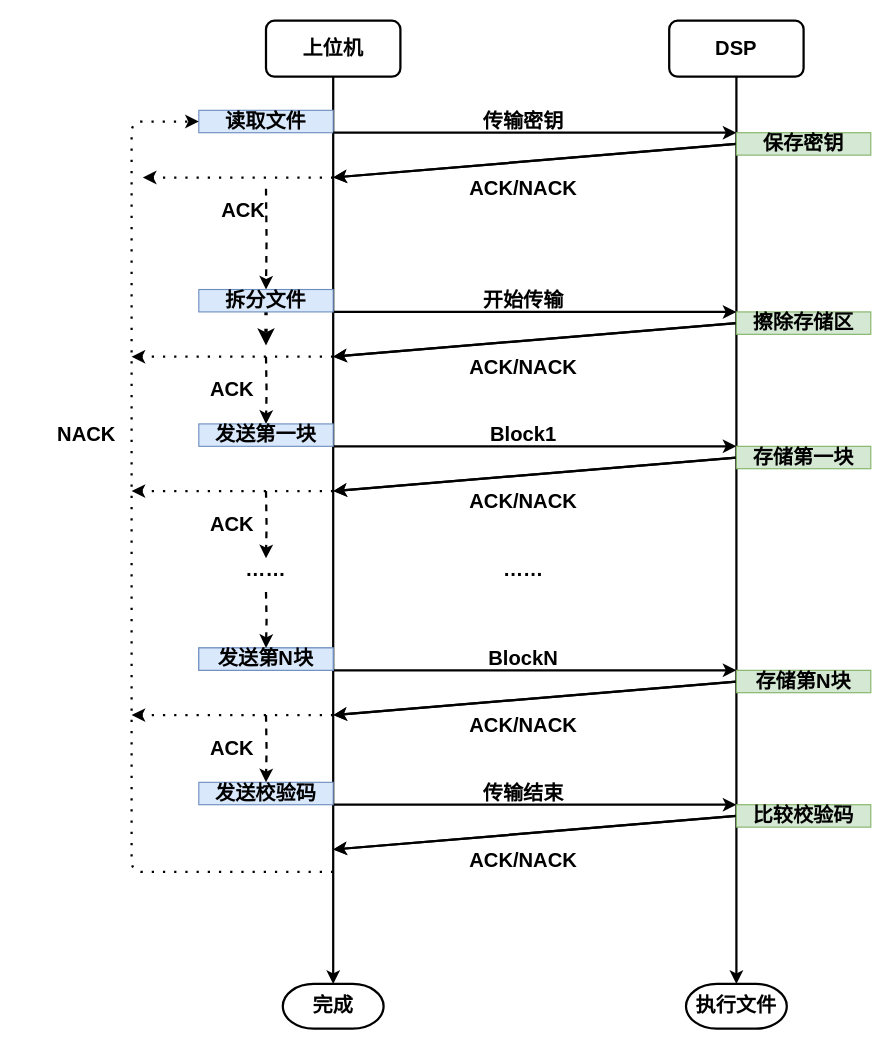
Before: page "Updata_1" (3 of 6) of DSP_UART.drawio in yintianlan/Picture_Draw, a draw.io diagram. Source tidied: cells renumbered, new cells numbered last; positions are measured from the earlier drawing's top-left corner, leaving out a move shared by most shapes. Both pictures are drawn from the tidied source at 112%, with x=0, y=0 at pixel (19, 20).
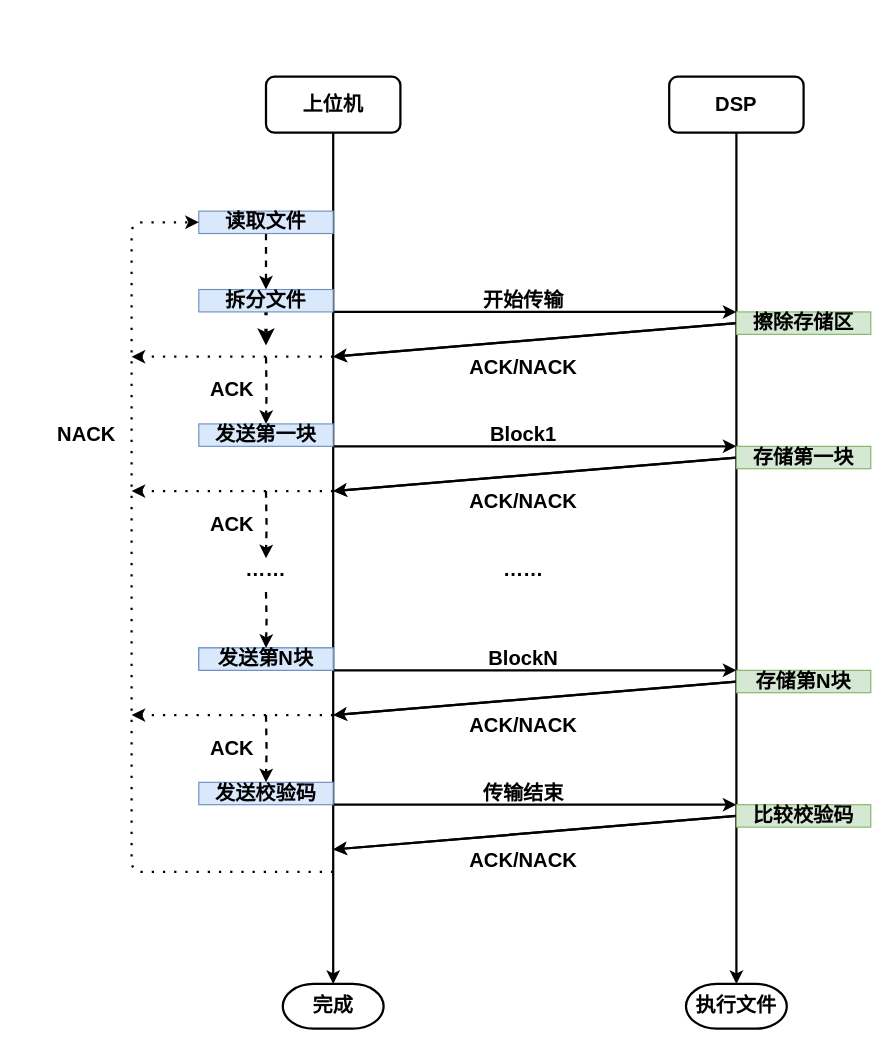
The same page after the edit.

Unchanged cells that the change refers to:
```xml
<mxCell id="60" value="拆分文件" style="text;html=1;strokeColor=#6c8ebf;fillColor=#dae8fc;align=center;verticalAlign=middle;whiteSpace=wrap;rounded=0;fontSize=18;fontStyle=1;" parent="1" vertex="1">
  <mxGeometry x="160" y="240" width="120" height="20" as="geometry" />
</mxCell>
```

What changed in the source:
```diff
@@
     <mxCell id="4" value="&lt;span style=&quot;font-size: 18px&quot;&gt;&lt;b&gt;DSP&lt;/b&gt;&lt;/span&gt;" style="rounded=1;whiteSpace=wrap;html=1;strokeWidth=2;" parent="1" vertex="1">
-      <mxGeometry x="580" width="120" height="50" as="geometry" />
+      <mxGeometry x="580" y="50" width="120" height="50" as="geometry" />
     </mxCell>
     <mxCell id="5" value="&lt;font style=&quot;font-size: 18px&quot;&gt;&lt;b&gt;上位机&lt;/b&gt;&lt;/font&gt;" style="rounded=1;whiteSpace=wrap;html=1;strokeWidth=2;" parent="1" vertex="1">
-      <mxGeometry x="220" width="120" height="50" as="geometry" />
+      <mxGeometry x="220" y="50" width="120" height="50" as="geometry" />
     </mxCell>
@@
-    <mxCell id="21" style="edgeStyle=orthogonalEdgeStyle;rounded=0;jettySize=auto;html=1;entryX=0.5;entryY=0;entryDx=0;entryDy=0;dashed=1;strokeWidth=2;fontSize=15;" parent="1" edge="1" target="60">
-      <mxGeometry relative="1" as="geometry">
-        <mxPoint x="220" y="150" as="sourcePoint" />
-      </mxGeometry>
-    </mxCell>
+    <mxCell id="63" style="edgeStyle=orthogonalEdgeStyle;rounded=0;jettySize=auto;html=1;entryX=0.5;entryY=0;entryDx=0;entryDy=0;strokeWidth=2;dashed=1;" parent="1" edge="1" source="22" target="60">
+      <mxGeometry relative="1" as="geometry" />
+    </mxCell>
     <mxCell id="22" value="读取文件" style="text;html=1;strokeColor=#6c8ebf;fillColor=#dae8fc;align=center;verticalAlign=middle;whiteSpace=wrap;rounded=0;fontSize=18;fontStyle=1;" parent="1" vertex="1">
-      <mxGeometry x="160" y="80" width="120" height="20" as="geometry" />
+      <mxGeometry x="160" y="170" width="120" height="20" as="geometry" />
     </mxCell>
@@
-    <mxCell id="53" style="endArrow=classic;html=1;strokeWidth=2;" parent="1" edge="1">
-      <mxGeometry relative="1" as="geometry">
-        <mxPoint x="280" y="100" as="sourcePoint" />
-        <mxPoint x="640" y="100" as="targetPoint" />
-      </mxGeometry>
-    </mxCell>
-    <mxCell id="54" value="传输密钥" style="text;html=1;strokeColor=none;fillColor=none;align=center;verticalAlign=middle;whiteSpace=wrap;rounded=0;fontSize=18;fontStyle=1;" parent="1" vertex="1">
-      <mxGeometry x="390" y="80" width="120" height="20" as="geometry" />
-    </mxCell>
-    <mxCell id="55" style="endArrow=classic;html=1;strokeWidth=2;" parent="1" edge="1">
-      <mxGeometry relative="1" as="geometry">
-        <mxPoint x="640" y="110" as="sourcePoint" />
-        <mxPoint x="280" y="140" as="targetPoint" />
-      </mxGeometry>
-    </mxCell>
-    <mxCell id="56" value="ACK/NACK" style="text;html=1;strokeColor=none;fillColor=none;align=center;verticalAlign=middle;whiteSpace=wrap;rounded=0;fontSize=18;fontStyle=1;" parent="1" vertex="1">
-      <mxGeometry x="390" y="140" width="120" height="20" as="geometry" />
-    </mxCell>
-    <mxCell id="57" style="endArrow=classic;html=1;strokeWidth=2;" parent="1" edge="1">
-      <mxGeometry relative="1" as="geometry">
-        <mxPoint x="640" y="110" as="sourcePoint" />
-        <mxPoint x="280" y="140" as="targetPoint" />
-      </mxGeometry>
-    </mxCell>
-    <mxCell id="58" value="保存密钥" style="text;html=1;strokeColor=#82b366;fillColor=#d5e8d4;align=center;verticalAlign=middle;whiteSpace=wrap;rounded=0;fontSize=18;fontStyle=1;" parent="1" vertex="1">
-      <mxGeometry x="640" y="100" width="120" height="20" as="geometry" />
-    </mxCell>
@@
-    <mxCell id="61" style="endArrow=classic;html=1;dashed=1;strokeWidth=2;fontSize=18;dashPattern=1 4;" parent="1" edge="1">
-      <mxGeometry relative="1" as="geometry">
-        <mxPoint x="290" y="140" as="sourcePoint" />
-        <mxPoint x="110" y="140" as="targetPoint" />
-      </mxGeometry>
-    </mxCell>
-    <mxCell id="62" value="ACK" style="text;html=1;strokeColor=none;fillColor=none;align=center;verticalAlign=middle;whiteSpace=wrap;rounded=0;fontSize=18;fontStyle=1;" parent="1" vertex="1">
-      <mxGeometry x="140" y="160" width="120" height="20" as="geometry" />
-    </mxCell>
```
